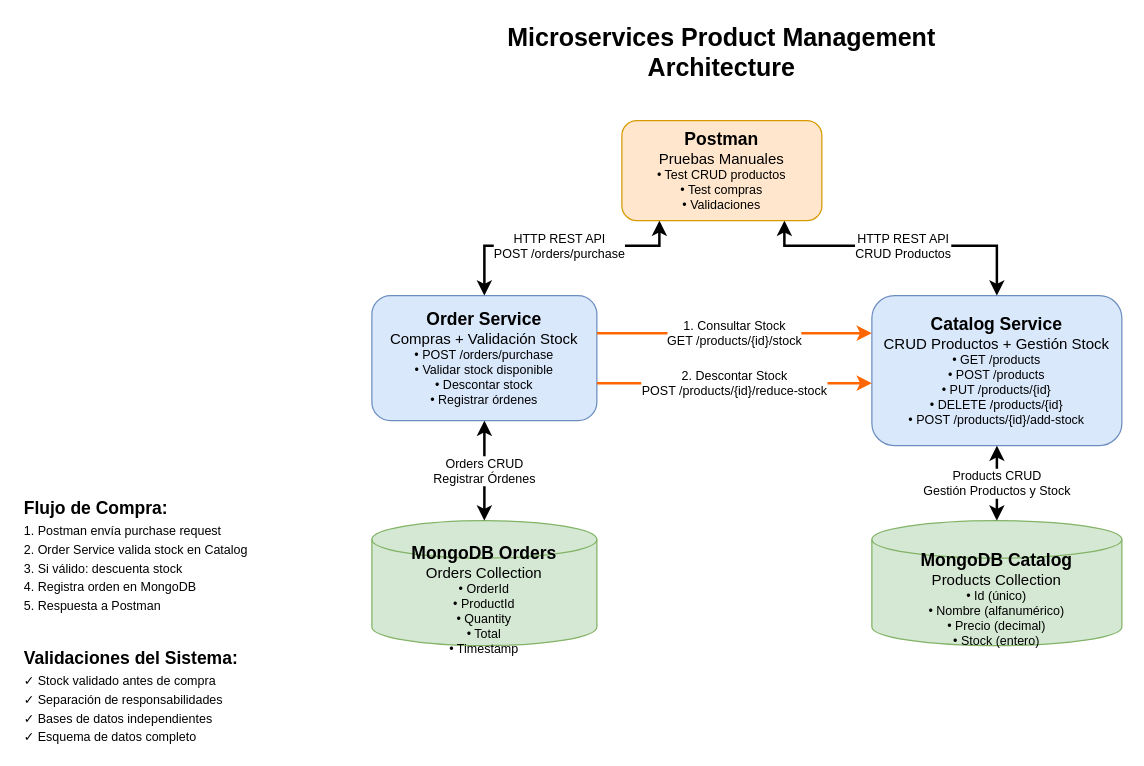
This is architecture.drawio from RosarioGY/ntt-taller01, a draw.io file, before an edit. Source tidied: cells renumbered, new cells numbered last; positions are measured from the earlier drawing's top-left corner, leaving out a move shared by most shapes. Both pictures are drawn from the tidied source at 125%, with x=0, y=0 at pixel (21, 32).
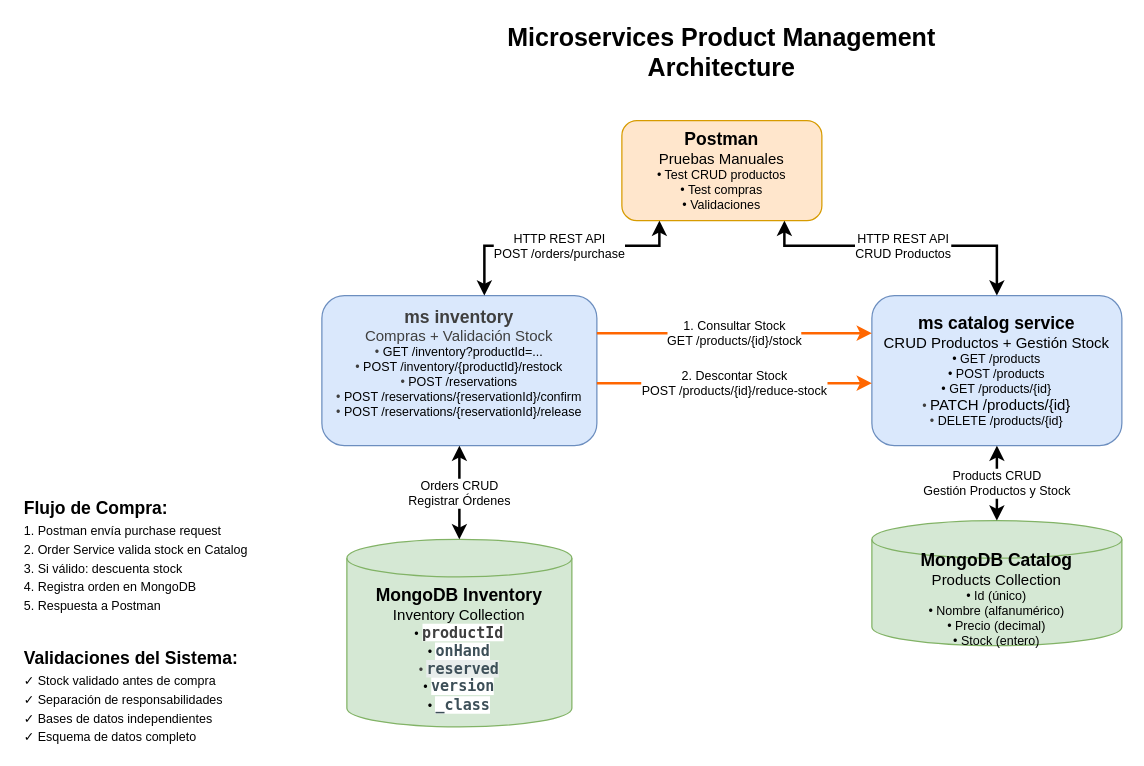
Above is the later version.

The edit, as a diff of the source:
```diff
@@
-    <mxCell id="4" value="&lt;div style=&quot;font-size: 14px;&quot;&gt;&lt;b&gt;Order Service&lt;/b&gt;&lt;/div&gt;&lt;div style=&quot;font-size: 12px;&quot;&gt;Compras + Validación Stock&lt;/div&gt;&lt;div style=&quot;font-size: 10px;&quot;&gt;• POST /orders/purchase&lt;/div&gt;&lt;div style=&quot;font-size: 10px;&quot;&gt;• Validar stock disponible&lt;/div&gt;&lt;div style=&quot;font-size: 10px;&quot;&gt;• Descontar stock&lt;/div&gt;&lt;div style=&quot;font-size: 10px;&quot;&gt;• Registrar órdenes&lt;/div&gt;" style="rounded=1;whiteSpace=wrap;html=1;fillColor=#dae8fc;strokeColor=#6c8ebf;fontFamily=Helvetica;" parent="1" vertex="1">
-      <mxGeometry x="280" y="210" width="180" height="100" as="geometry" />
+    <mxCell id="4" value="&lt;div style=&quot;&quot;&gt;&lt;span style=&quot;color: rgb(63, 63, 63); background-color: transparent; font-size: 14px;&quot;&gt;&lt;b&gt;ms inventory&lt;/b&gt;&lt;/span&gt;&lt;/div&gt;&lt;div style=&quot;&quot;&gt;&lt;span style=&quot;font-size: 12px; color: rgb(63, 63, 63); background-color: transparent;&quot;&gt;Compras + Validación Stock&lt;/span&gt;&lt;/div&gt;&lt;div style=&quot;font-size: 10px;&quot;&gt;&lt;span style=&quot;color: rgb(63, 63, 63); background-color: transparent;&quot;&gt;•&lt;/span&gt;&lt;span style=&quot;color: rgb(63, 63, 63); background-color: transparent;&quot;&gt;&amp;nbsp;&lt;/span&gt;GET /inventory?productId=...&lt;/div&gt;&lt;div style=&quot;font-size: 10px;&quot;&gt;&lt;span style=&quot;color: rgb(63, 63, 63); background-color: transparent;&quot;&gt;•&lt;/span&gt;&lt;span style=&quot;color: rgb(63, 63, 63); background-color: transparent;&quot;&gt;&amp;nbsp;&lt;/span&gt;POST /inventory/{productId}/restock&lt;/div&gt;&lt;div style=&quot;font-size: 10px;&quot;&gt;&lt;span style=&quot;color: rgb(63, 63, 63); background-color: transparent;&quot;&gt;•&lt;/span&gt;&lt;span style=&quot;color: rgb(63, 63, 63); background-color: transparent;&quot;&gt;&amp;nbsp;&lt;/span&gt;POST /reservations&lt;/div&gt;&lt;div style=&quot;font-size: 10px;&quot;&gt;&lt;span style=&quot;color: rgb(63, 63, 63); background-color: transparent;&quot;&gt;•&lt;/span&gt;&lt;span style=&quot;color: rgb(63, 63, 63); background-color: transparent;&quot;&gt;&amp;nbsp;&lt;/span&gt;POST /reservations/{reservationId}/confirm&lt;/div&gt;&lt;div style=&quot;font-size: 10px;&quot;&gt;&lt;span style=&quot;color: rgb(63, 63, 63); background-color: transparent;&quot;&gt;•&lt;/span&gt;&lt;span style=&quot;color: rgb(63, 63, 63); background-color: transparent;&quot;&gt;&amp;nbsp;&lt;/span&gt;POST /reservations/{reservationId}/release&lt;/div&gt;&lt;div style=&quot;font-size: 10px;&quot;&gt;&lt;br&gt;&lt;/div&gt;" style="rounded=1;whiteSpace=wrap;html=1;fillColor=#dae8fc;strokeColor=#6c8ebf;fontFamily=Helvetica;" parent="1" vertex="1">
+      <mxGeometry x="240" y="210" width="220" height="120" as="geometry" />
     </mxCell>
-    <mxCell id="5" value="&lt;div style=&quot;font-size: 14px;&quot;&gt;&lt;b&gt;Catalog Service&lt;/b&gt;&lt;/div&gt;&lt;div style=&quot;font-size: 12px;&quot;&gt;CRUD Productos + Gestión Stock&lt;/div&gt;&lt;div style=&quot;font-size: 10px;&quot;&gt;• GET /products&lt;/div&gt;&lt;div style=&quot;font-size: 10px;&quot;&gt;• POST /products&lt;/div&gt;&lt;div style=&quot;font-size: 10px;&quot;&gt;• PUT /products/{id}&lt;/div&gt;&lt;div style=&quot;font-size: 10px;&quot;&gt;• DELETE /products/{id}&lt;/div&gt;&lt;div style=&quot;font-size: 10px;&quot;&gt;• POST /products/{id}/add-stock&lt;/div&gt;" style="rounded=1;whiteSpace=wrap;html=1;fillColor=#dae8fc;strokeColor=#6c8ebf;fontFamily=Helvetica;" parent="1" vertex="1">
+    <mxCell id="5" value="&lt;div style=&quot;font-size: 14px;&quot;&gt;&lt;b&gt;ms catalog service&lt;/b&gt;&lt;/div&gt;&lt;div style=&quot;font-size: 12px;&quot;&gt;CRUD Productos + Gestión Stock&lt;/div&gt;&lt;div style=&quot;font-size: 10px;&quot;&gt;• GET /products&lt;/div&gt;&lt;div style=&quot;font-size: 10px;&quot;&gt;• POST /products&lt;/div&gt;&lt;div style=&quot;font-size: 10px;&quot;&gt;•&amp;nbsp;GET /products/{id}&lt;/div&gt;&lt;div style=&quot;font-size: 10px;&quot;&gt;&lt;span style=&quot;color: rgb(63, 63, 63); background-color: transparent;&quot;&gt;•&amp;nbsp;&lt;/span&gt;&lt;span style=&quot;background-color: transparent; font-size: 12px;&quot;&gt;PATCH /products/{id}&lt;/span&gt;&lt;/div&gt;&lt;div style=&quot;font-size: 10px;&quot;&gt;&lt;span style=&quot;color: rgb(63, 63, 63); background-color: transparent;&quot;&gt;•&amp;nbsp;&lt;/span&gt;DELETE /products/{id}&lt;/div&gt;" style="rounded=1;whiteSpace=wrap;html=1;fillColor=#dae8fc;strokeColor=#6c8ebf;fontFamily=Helvetica;" parent="1" vertex="1">
       <mxGeometry x="680" y="210" width="200" height="120" as="geometry" />
     </mxCell>
-    <mxCell id="6" value="&lt;div style=&quot;font-size: 14px;&quot;&gt;&lt;b&gt;MongoDB Orders&lt;/b&gt;&lt;/div&gt;&lt;div style=&quot;font-size: 12px;&quot;&gt;Orders Collection&lt;/div&gt;&lt;div style=&quot;font-size: 10px;&quot;&gt;• OrderId&lt;/div&gt;&lt;div style=&quot;font-size: 10px;&quot;&gt;• ProductId&lt;/div&gt;&lt;div style=&quot;font-size: 10px;&quot;&gt;• Quantity&lt;/div&gt;&lt;div style=&quot;font-size: 10px;&quot;&gt;• Total&lt;/div&gt;&lt;div style=&quot;font-size: 10px;&quot;&gt;• Timestamp&lt;/div&gt;" style="shape=cylinder3;whiteSpace=wrap;html=1;boundedLbl=1;backgroundOutline=1;size=15;fillColor=#d5e8d4;strokeColor=#82b366;fontFamily=Helvetica;" parent="1" vertex="1">
-      <mxGeometry x="280" y="390" width="180" height="100" as="geometry" />
+    <mxCell id="6" value="&lt;div style=&quot;font-size: 14px;&quot;&gt;&lt;b&gt;MongoDB Inventory&lt;/b&gt;&lt;/div&gt;&lt;div style=&quot;font-size: 12px;&quot;&gt;Inventory Collection&lt;/div&gt;&lt;div style=&quot;font-size: 10px;&quot;&gt;•&amp;nbsp;&lt;span style=&quot;color: rgb(63, 63, 63); background-color: rgb(255, 255, 255); font-family: &amp;quot;Source Code Pro&amp;quot;, Menlo, monospace; font-weight: bold; text-align: start; font-size: 12px;&quot;&gt;productId&lt;/span&gt;&lt;/div&gt;&lt;div style=&quot;box-sizing: border-box; -webkit-font-smoothing: antialiased; user-select: text; outline-color: rgb(4, 152, 236); flex: 1 1 0%; min-width: 0px; max-width: 100%; color: rgb(61, 79, 88); font-family: &amp;quot;Source Code Pro&amp;quot;, Menlo, monospace; text-align: start; background-color: rgb(255, 255, 255);&quot; class=&quot;leafygreen-ui-gzqbgx&quot;&gt;&lt;div style=&quot;box-sizing: border-box; -webkit-font-smoothing: antialiased; user-select: text; outline-color: rgb(4, 152, 236);&quot;&gt;&lt;/div&gt;&lt;/div&gt;&lt;div style=&quot;font-size: 10px;&quot;&gt;•&amp;nbsp;&lt;span style=&quot;background-color: rgb(255, 255, 255); color: rgb(61, 79, 88); font-family: &amp;quot;Source Code Pro&amp;quot;, Menlo, monospace; font-weight: 700; text-align: start; font-size: 12px;&quot;&gt;onHand&lt;/span&gt;&lt;/div&gt;&lt;div style=&quot;font-size: 10px;&quot;&gt;&lt;span style=&quot;color: rgb(63, 63, 63); background-color: transparent;&quot;&gt;•&amp;nbsp;&lt;/span&gt;&lt;span style=&quot;background-color: rgb(232, 237, 235); color: rgb(61, 79, 88); font-family: &amp;quot;Source Code Pro&amp;quot;, Menlo, monospace; font-weight: 700; text-align: start; font-size: 12px;&quot;&gt;reserved&lt;/span&gt;&lt;/div&gt;&lt;div style=&quot;font-size: 10px;&quot;&gt;•&amp;nbsp;&lt;span style=&quot;background-color: rgb(255, 255, 255); color: rgb(61, 79, 88); font-family: &amp;quot;Source Code Pro&amp;quot;, Menlo, monospace; font-weight: 700; text-align: start; font-size: 12px;&quot;&gt;version&lt;/span&gt;&lt;/div&gt;&lt;div style=&quot;font-size: 10px;&quot;&gt;•&amp;nbsp;&lt;span style=&quot;background-color: rgb(255, 255, 255); color: rgb(61, 79, 88); font-family: &amp;quot;Source Code Pro&amp;quot;, Menlo, monospace; font-weight: 700; text-align: start; font-size: 12px;&quot;&gt;_class&lt;/span&gt;&lt;/div&gt;" style="shape=cylinder3;whiteSpace=wrap;html=1;boundedLbl=1;backgroundOutline=1;size=15;fillColor=#d5e8d4;strokeColor=#82b366;fontFamily=Helvetica;" parent="1" vertex="1">
+      <mxGeometry x="260" y="405" width="180" height="150" as="geometry" />
     </mxCell>
```
